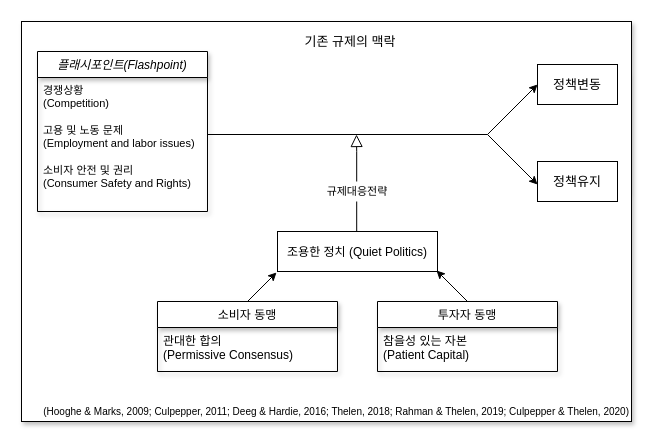
The draw.io diagram Diagram_Class.drawio in kjsang/analysis.coupang, before the edit. Source tidied: cells renumbered, new cells numbered last; positions are measured from the earlier drawing's top-left corner, leaving out a move shared by most shapes. Both pictures are drawn from the tidied source at 100%, with x=0, y=0 at pixel (21, 21).
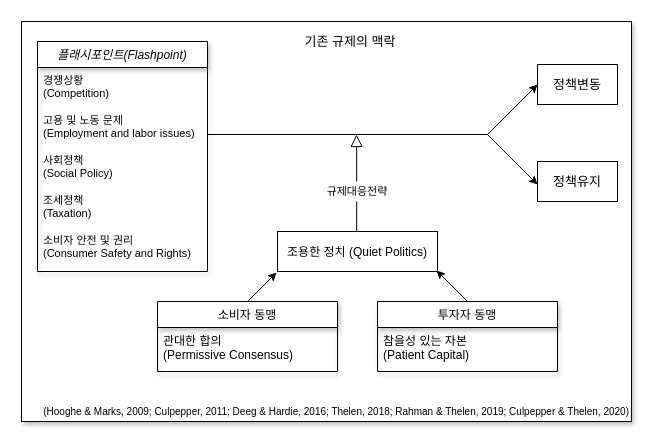
The same diagram, later.

Change to the diagram source:
```diff
@@
     <mxCell id="4" value="플래시포인트(Flashpoint)" style="swimlane;fontStyle=2;align=center;verticalAlign=top;horizontal=1;startSize=26;rounded=0;shadow=1;strokeWidth=1;" parent="1" vertex="1">
-      <mxGeometry x="16" y="30" width="170" height="160" as="geometry" />
+      <mxGeometry x="16" y="20" width="170" height="230" as="geometry" />
     </mxCell>
@@
-    <mxCell id="7" value="소비자 안전 및 권리&#10;(Consumer Safety and Rights)&#10;  " style="text;align=left;verticalAlign=top;spacingLeft=4;spacingRight=4;overflow=hidden;rounded=0;shadow=0;html=0;fontSize=11;" parent="4" vertex="1">
+    <mxCell id="7" value="사회정책&#10;(Social Policy)&#10;  " style="text;align=left;verticalAlign=top;spacingLeft=4;spacingRight=4;overflow=hidden;rounded=0;shadow=0;html=0;fontSize=11;" parent="4" vertex="1">
       <mxGeometry y="106" width="170" height="40" as="geometry" />
     </mxCell>
+    <mxCell id="25" value="조세정책&#10;(Taxation)&#10;  " style="text;align=left;verticalAlign=top;spacingLeft=4;spacingRight=4;overflow=hidden;rounded=0;shadow=0;html=0;fontSize=11;" parent="4" vertex="1">
+      <mxGeometry y="146" width="170" height="40" as="geometry" />
+    </mxCell>
+    <mxCell id="26" value="소비자 안전 및 권리&#10;(Consumer Safety and Rights)&#10;  " style="text;align=left;verticalAlign=top;spacingLeft=4;spacingRight=4;overflow=hidden;rounded=0;shadow=0;html=0;fontSize=11;" parent="4" vertex="1">
+      <mxGeometry y="186" width="170" height="40" as="geometry" />
+    </mxCell>
```
